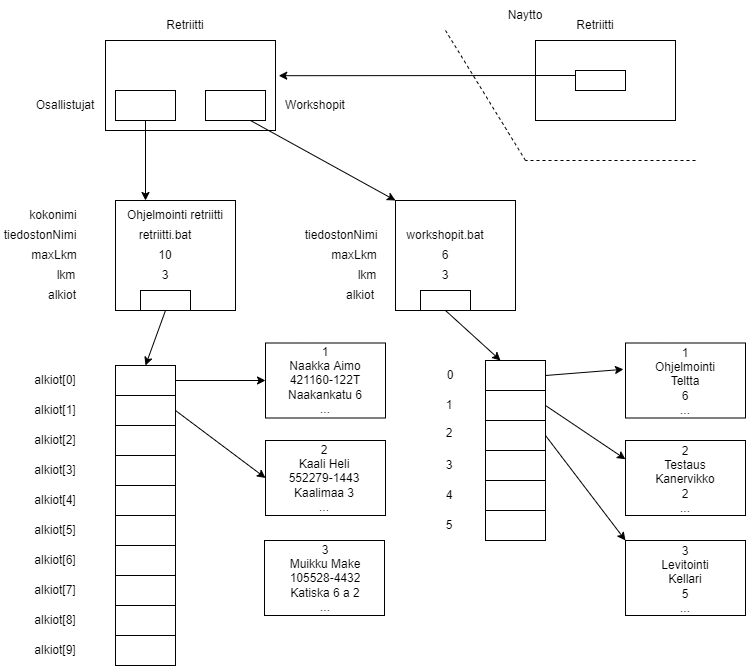
Before: kuvat/Tietorakenne.png, a diagram exported from draw.io (jturkki/ht). Source tidied: cells renumbered, new cells last; positions are measured from the earlier drawing's top-left corner, leaving out a move shared by most shapes.
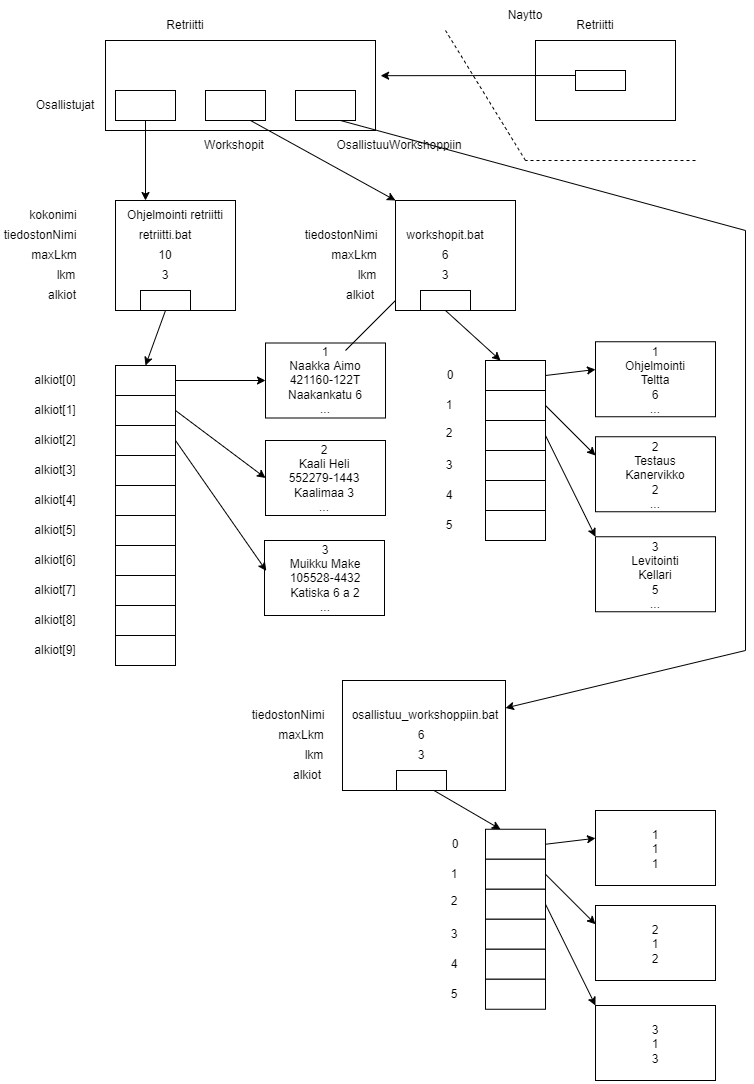
After the commit.

Commit message:
ja vielä samaa tietorakennekuvaa

What changed in the source:
```diff
@@ -6,7 +6,7 @@
       <mxGeometry x="115" y="200" width="120" height="110" as="geometry" />
     </mxCell>
     <mxCell id="3" style="rounded=0;whiteSpace=wrap;html=1;" parent="1" vertex="1">
-      <mxGeometry x="105" y="40" width="170" height="90" as="geometry" />
+      <mxGeometry x="105" y="40" width="270" height="90" as="geometry" />
     </mxCell>
     <mxCell id="4" value="Retriitti" style="text;html=1;strokeColor=none;fillColor=none;align=center;verticalAlign=middle;whiteSpace=wrap;rounded=0;" parent="1" vertex="1">
       <mxGeometry x="155" y="10" width="60" height="30" as="geometry" />
@@ -21,7 +21,7 @@
       <mxGeometry x="35" y="90" width="60" height="30" as="geometry" />
     </mxCell>
     <mxCell id="8" value="Workshopit" style="text;html=1;strokeColor=none;fillColor=none;align=center;verticalAlign=middle;whiteSpace=wrap;rounded=0;" parent="1" vertex="1">
-      <mxGeometry x="285" y="90" width="60" height="30" as="geometry" />
+      <mxGeometry x="204" y="130" width="60" height="30" as="geometry" />
     </mxCell>
     <mxCell id="9" value="Ohjelmointi retriitti" style="text;html=1;strokeColor=none;fillColor=none;align=center;verticalAlign=middle;whiteSpace=wrap;rounded=0;" parent="1" vertex="1">
       <mxGeometry x="115" y="200" width="120" height="30" as="geometry" />
@@ -207,22 +207,22 @@
       <mxGeometry x="419" y="390" width="60" height="30" as="geometry" />
     </mxCell>
     <mxCell id="70" style="rounded=0;whiteSpace=wrap;html=1;" parent="1" vertex="1">
-      <mxGeometry x="625" y="342.5" width="120" height="75" as="geometry" />
+      <mxGeometry x="595" y="341.2" width="120" height="75" as="geometry" />
     </mxCell>
     <mxCell id="71" value="1&lt;br&gt;Ohjelmointi&lt;br&gt;Teltta&lt;br&gt;6&lt;br&gt;..." style="text;html=1;strokeColor=none;fillColor=none;align=center;verticalAlign=middle;whiteSpace=wrap;rounded=0;" parent="1" vertex="1">
-      <mxGeometry x="655" y="342.5" width="60" height="77.5" as="geometry" />
+      <mxGeometry x="625" y="341.2" width="60" height="77.5" as="geometry" />
     </mxCell>
     <mxCell id="72" style="rounded=0;whiteSpace=wrap;html=1;" parent="1" vertex="1">
-      <mxGeometry x="625" y="440" width="120" height="75" as="geometry" />
+      <mxGeometry x="595" y="436.2" width="120" height="75" as="geometry" />
     </mxCell>
     <mxCell id="73" value="2&lt;br&gt;Testaus&lt;br&gt;Kanervikko&lt;br&gt;2&lt;br&gt;..." style="text;html=1;strokeColor=none;fillColor=none;align=center;verticalAlign=middle;whiteSpace=wrap;rounded=0;" parent="1" vertex="1">
-      <mxGeometry x="655" y="440" width="60" height="77.5" as="geometry" />
+      <mxGeometry x="625" y="436.2" width="60" height="77.5" as="geometry" />
     </mxCell>
     <mxCell id="74" style="rounded=0;whiteSpace=wrap;html=1;" parent="1" vertex="1">
-      <mxGeometry x="625" y="540" width="120" height="75" as="geometry" />
+      <mxGeometry x="595" y="536.2" width="120" height="75" as="geometry" />
     </mxCell>
     <mxCell id="75" value="3&lt;br&gt;Levitointi&lt;br&gt;Kellari&lt;br&gt;5&lt;br&gt;..." style="text;html=1;strokeColor=none;fillColor=none;align=center;verticalAlign=middle;whiteSpace=wrap;rounded=0;" parent="1" vertex="1">
-      <mxGeometry x="655" y="540" width="60" height="77.5" as="geometry" />
+      <mxGeometry x="625" y="536.2" width="60" height="77.5" as="geometry" />
     </mxCell>
     <mxCell id="76" style="endArrow=classic;html=1;rounded=0;exitX=0.75;exitY=1;exitDx=0;exitDy=0;entryX=0;entryY=0;entryDx=0;entryDy=0;" parent="1" edge="1" source="6" target="44">
       <mxGeometry relative="1" as="geometry" />
@@ -230,10 +230,10 @@
     <mxCell id="77" style="endArrow=classic;html=1;rounded=0;exitX=0.5;exitY=1;exitDx=0;exitDy=0;entryX=0.25;entryY=0;entryDx=0;entryDy=0;" parent="1" edge="1" source="57" target="58">
       <mxGeometry relative="1" as="geometry" />
     </mxCell>
-    <mxCell id="78" style="endArrow=classic;html=1;rounded=0;entryX=-0.017;entryY=0.351;entryDx=0;entryDy=0;entryPerimeter=0;exitX=1;exitY=0.5;exitDx=0;exitDy=0;" parent="1" edge="1">
+    <mxCell id="78" style="endArrow=classic;html=1;rounded=0;exitX=1;exitY=0.5;exitDx=0;exitDy=0;" parent="1" edge="1">
       <mxGeometry relative="1" as="geometry">
         <mxPoint x="545" y="375" as="sourcePoint" />
-        <mxPoint x="623" y="368.8" as="targetPoint" />
+        <mxPoint x="595" y="369" as="targetPoint" />
       </mxGeometry>
     </mxCell>
     <mxCell id="79" style="endArrow=classic;html=1;rounded=0;entryX=0;entryY=0.25;entryDx=0;entryDy=0;exitX=1;exitY=0.5;exitDx=0;exitDy=0;" parent="1" edge="1" source="59" target="72">
@@ -269,5 +269,132 @@
     <mxCell id="87" value="Retriitti" style="text;html=1;strokeColor=none;fillColor=none;align=center;verticalAlign=middle;whiteSpace=wrap;rounded=0;" parent="1" vertex="1">
       <mxGeometry x="565" y="10" width="60" height="30" as="geometry" />
     </mxCell>
+    <mxCell id="88" style="rounded=0;whiteSpace=wrap;html=1;" parent="1" vertex="1">
+      <mxGeometry x="295" y="90" width="60" height="30" as="geometry" />
+    </mxCell>
+    <mxCell id="89" value="OsallistuuWorkshoppiin" style="text;html=1;strokeColor=none;fillColor=none;align=center;verticalAlign=middle;whiteSpace=wrap;rounded=0;" parent="1" vertex="1">
+      <mxGeometry x="369" y="130" width="60" height="30" as="geometry" />
+    </mxCell>
+    <mxCell id="90" style="rounded=0;whiteSpace=wrap;html=1;" parent="1" vertex="1">
+      <mxGeometry x="342" y="680" width="163" height="110" as="geometry" />
+    </mxCell>
+    <mxCell id="91" value="tiedostonNimi" style="text;html=1;strokeColor=none;fillColor=none;align=center;verticalAlign=middle;whiteSpace=wrap;rounded=0;" parent="1" vertex="1">
+      <mxGeometry x="258" y="700" width="60" height="30" as="geometry" />
+    </mxCell>
+    <mxCell id="92" value="maxLkm&lt;span style=&quot;color: rgba(0 , 0 , 0 , 0) ; font-family: monospace ; font-size: 0px&quot;&gt;%3CmxGraphModel%3E%3Croot%3E%3CmxCell%20id%3D%220%22%2F%3E%3CmxCell%20id%3D%221%22%20parent%3D%220%22%2F%3E%3CmxCell%20id%3D%222%22%20value%3D%22%22%20style%3D%22rounded%3D0%3BwhiteSpace%3Dwrap%3Bhtml%3D1%3B%22%20vertex%3D%221%22%20parent%3D%221%22%3E%3CmxGeometry%20x%3D%22170%22%20y%3D%22320%22%20width%3D%2260%22%20height%3D%2230%22%20as%3D%22geometry%22%2F%3E%3C%2FmxCell%3E%3C%2Froot%3E%3C%2FmxGraphModel%3E&lt;/span&gt;" style="text;html=1;strokeColor=none;fillColor=none;align=center;verticalAlign=middle;whiteSpace=wrap;rounded=0;" parent="1" vertex="1">
+      <mxGeometry x="271" y="720" width="60" height="30" as="geometry" />
+    </mxCell>
+    <mxCell id="93" value="lkm" style="text;html=1;strokeColor=none;fillColor=none;align=center;verticalAlign=middle;whiteSpace=wrap;rounded=0;" parent="1" vertex="1">
+      <mxGeometry x="284" y="740" width="60" height="30" as="geometry" />
+    </mxCell>
+    <mxCell id="94" value="alkiot" style="text;html=1;strokeColor=none;fillColor=none;align=center;verticalAlign=middle;whiteSpace=wrap;rounded=0;" parent="1" vertex="1">
+      <mxGeometry x="277" y="760" width="60" height="30" as="geometry" />
+    </mxCell>
+    <mxCell id="95" value="osallistuu_workshoppiin.bat" style="text;html=1;strokeColor=none;fillColor=none;align=center;verticalAlign=middle;whiteSpace=wrap;rounded=0;" parent="1" vertex="1">
+      <mxGeometry x="395" y="700" width="60" height="30" as="geometry" />
+    </mxCell>
+    <mxCell id="96" value="6" style="text;html=1;strokeColor=none;fillColor=none;align=center;verticalAlign=middle;whiteSpace=wrap;rounded=0;" parent="1" vertex="1">
+      <mxGeometry x="391" y="720" width="60" height="30" as="geometry" />
+    </mxCell>
+    <mxCell id="97" value="3" style="text;html=1;strokeColor=none;fillColor=none;align=center;verticalAlign=middle;whiteSpace=wrap;rounded=0;" parent="1" vertex="1">
+      <mxGeometry x="391" y="740" width="60" height="30" as="geometry" />
+    </mxCell>
+    <mxCell id="98" style="rounded=0;whiteSpace=wrap;html=1;" parent="1" vertex="1">
+      <mxGeometry x="396" y="770" width="50" height="20" as="geometry" />
+    </mxCell>
+    <mxCell id="99" style="endArrow=none;html=1;rounded=0;" parent="1" edge="1">
+      <mxGeometry relative="1" as="geometry">
+        <mxPoint x="345" y="350" as="sourcePoint" />
+        <mxPoint x="395" y="300" as="targetPoint" />
+      </mxGeometry>
+    </mxCell>
+    <mxCell id="100" style="endArrow=classic;html=1;rounded=0;exitX=1;exitY=0.5;exitDx=0;exitDy=0;entryX=0.015;entryY=0.405;entryDx=0;entryDy=0;entryPerimeter=0;" parent="1" edge="1" source="18" target="42">
+      <mxGeometry relative="1" as="geometry" />
+    </mxCell>
+    <mxCell id="101" style="rounded=0;whiteSpace=wrap;html=1;" parent="1" vertex="1">
+      <mxGeometry x="485" y="828.8" width="60" height="30" as="geometry" />
+    </mxCell>
+    <mxCell id="102" style="rounded=0;whiteSpace=wrap;html=1;" parent="1" vertex="1">
+      <mxGeometry x="485" y="858.8" width="60" height="30" as="geometry" />
+    </mxCell>
+    <mxCell id="103" style="rounded=0;whiteSpace=wrap;html=1;" parent="1" vertex="1">
+      <mxGeometry x="485" y="888.8" width="60" height="30" as="geometry" />
+    </mxCell>
+    <mxCell id="104" style="rounded=0;whiteSpace=wrap;html=1;" parent="1" vertex="1">
+      <mxGeometry x="485" y="918.8" width="60" height="30" as="geometry" />
+    </mxCell>
+    <mxCell id="105" style="rounded=0;whiteSpace=wrap;html=1;" parent="1" vertex="1">
+      <mxGeometry x="485" y="948.8" width="60" height="30" as="geometry" />
+    </mxCell>
+    <mxCell id="106" style="rounded=0;whiteSpace=wrap;html=1;" parent="1" vertex="1">
+      <mxGeometry x="485" y="978.8" width="60" height="30" as="geometry" />
+    </mxCell>
+    <mxCell id="107" style="rounded=0;whiteSpace=wrap;html=1;" parent="1" vertex="1">
+      <mxGeometry x="595" y="810" width="120" height="75" as="geometry" />
+    </mxCell>
+    <mxCell id="108" value="1&lt;br&gt;1&lt;br&gt;1" style="text;html=1;strokeColor=none;fillColor=none;align=center;verticalAlign=middle;whiteSpace=wrap;rounded=0;" parent="1" vertex="1">
+      <mxGeometry x="625" y="810" width="60" height="77.5" as="geometry" />
+    </mxCell>
+    <mxCell id="109" style="rounded=0;whiteSpace=wrap;html=1;" parent="1" vertex="1">
+      <mxGeometry x="595" y="905" width="120" height="75" as="geometry" />
+    </mxCell>
+    <mxCell id="110" value="2&lt;br&gt;1&lt;br&gt;2" style="text;html=1;strokeColor=none;fillColor=none;align=center;verticalAlign=middle;whiteSpace=wrap;rounded=0;" parent="1" vertex="1">
+      <mxGeometry x="625" y="905" width="60" height="77.5" as="geometry" />
+    </mxCell>
+    <mxCell id="111" style="rounded=0;whiteSpace=wrap;html=1;" parent="1" vertex="1">
+      <mxGeometry x="595" y="1005" width="120" height="75" as="geometry" />
+    </mxCell>
+    <mxCell id="112" value="3&lt;br&gt;1&lt;br&gt;3" style="text;html=1;strokeColor=none;fillColor=none;align=center;verticalAlign=middle;whiteSpace=wrap;rounded=0;" parent="1" vertex="1">
+      <mxGeometry x="625" y="1005" width="60" height="77.5" as="geometry" />
+    </mxCell>
+    <mxCell id="113" style="endArrow=classic;html=1;rounded=0;exitX=1;exitY=0.5;exitDx=0;exitDy=0;" parent="1" edge="1">
+      <mxGeometry relative="1" as="geometry">
+        <mxPoint x="545" y="843.8" as="sourcePoint" />
+        <mxPoint x="595" y="837.8" as="targetPoint" />
+      </mxGeometry>
+    </mxCell>
+    <mxCell id="114" style="endArrow=classic;html=1;rounded=0;entryX=0;entryY=0.25;entryDx=0;entryDy=0;exitX=1;exitY=0.5;exitDx=0;exitDy=0;" parent="1" edge="1" source="102" target="109">
+      <mxGeometry relative="1" as="geometry" />
+    </mxCell>
+    <mxCell id="115" style="endArrow=classic;html=1;rounded=0;entryX=0;entryY=0;entryDx=0;entryDy=0;exitX=1;exitY=0.5;exitDx=0;exitDy=0;" parent="1" edge="1" source="103" target="111">
+      <mxGeometry relative="1" as="geometry" />
+    </mxCell>
+    <mxCell id="116" value="0" style="text;html=1;strokeColor=none;fillColor=none;align=center;verticalAlign=middle;whiteSpace=wrap;rounded=0;" parent="1" vertex="1">
+      <mxGeometry x="425" y="828.8" width="60" height="30" as="geometry" />
+    </mxCell>
+    <mxCell id="117" value="2" style="text;html=1;strokeColor=none;fillColor=none;align=center;verticalAlign=middle;whiteSpace=wrap;rounded=0;" parent="1" vertex="1">
+      <mxGeometry x="424" y="886.2" width="60" height="30" as="geometry" />
+    </mxCell>
+    <mxCell id="118" value="3" style="text;html=1;strokeColor=none;fillColor=none;align=center;verticalAlign=middle;whiteSpace=wrap;rounded=0;" parent="1" vertex="1">
+      <mxGeometry x="424" y="918.8" width="60" height="30" as="geometry" />
+    </mxCell>
+    <mxCell id="119" value="4" style="text;html=1;strokeColor=none;fillColor=none;align=center;verticalAlign=middle;whiteSpace=wrap;rounded=0;" parent="1" vertex="1">
+      <mxGeometry x="424" y="948.8" width="60" height="30" as="geometry" />
+    </mxCell>
+    <mxCell id="120" value="5" style="text;html=1;strokeColor=none;fillColor=none;align=center;verticalAlign=middle;whiteSpace=wrap;rounded=0;" parent="1" vertex="1">
+      <mxGeometry x="424" y="978.8" width="60" height="30" as="geometry" />
+    </mxCell>
+    <mxCell id="121" value="1" style="text;html=1;strokeColor=none;fillColor=none;align=center;verticalAlign=middle;whiteSpace=wrap;rounded=0;" parent="1" vertex="1">
+      <mxGeometry x="424" y="858.8" width="60" height="30" as="geometry" />
+    </mxCell>
+    <mxCell id="122" style="endArrow=none;html=1;rounded=0;exitX=0.75;exitY=1;exitDx=0;exitDy=0;" parent="1" edge="1" source="88">
+      <mxGeometry relative="1" as="geometry">
+        <mxPoint x="745" y="230" as="targetPoint" />
+      </mxGeometry>
+    </mxCell>
+    <mxCell id="123" style="endArrow=none;html=1;rounded=0;" parent="1" edge="1">
+      <mxGeometry relative="1" as="geometry">
+        <mxPoint x="745" y="650" as="sourcePoint" />
+        <mxPoint x="745" y="230" as="targetPoint" />
+      </mxGeometry>
+    </mxCell>
+    <mxCell id="124" style="endArrow=classic;html=1;rounded=0;entryX=1;entryY=0.25;entryDx=0;entryDy=0;" parent="1" edge="1" target="90">
+      <mxGeometry relative="1" as="geometry">
+        <mxPoint x="745" y="650" as="sourcePoint" />
+      </mxGeometry>
+    </mxCell>
+    <mxCell id="125" style="endArrow=classic;html=1;rounded=0;entryX=0.25;entryY=0;entryDx=0;entryDy=0;exitX=0.75;exitY=1;exitDx=0;exitDy=0;" parent="1" edge="1" source="98" target="101">
+      <mxGeometry relative="1" as="geometry" />
+    </mxCell>
   </root>
 </mxGraphModel>
```
